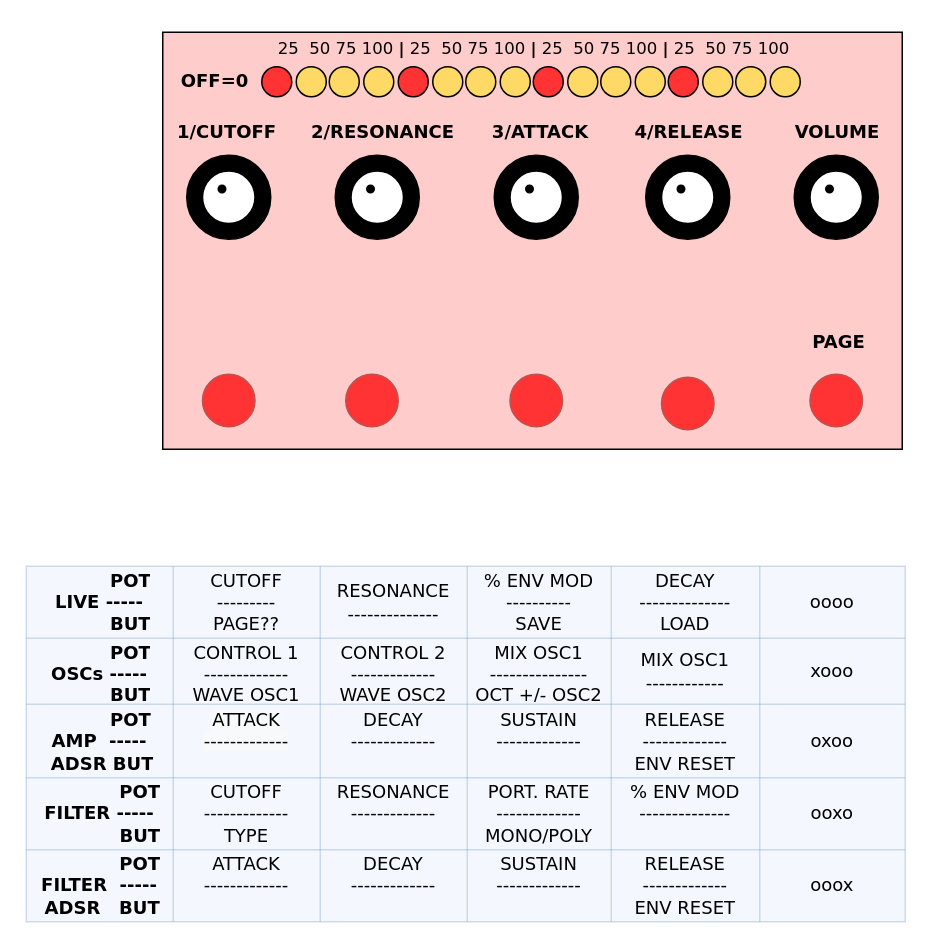
sinantie/dyosynth keeps this draw.io diagram as schematics/Untitled Diagram.drawio. Above is the earlier version. Source tidied: cells renumbered, new cells numbered last; positions are measured from the earlier drawing's top-left corner, leaving out a move shared by most shapes. Both pictures are drawn from the tidied source at 150%, with x=0, y=0 at pixel (26, 26).
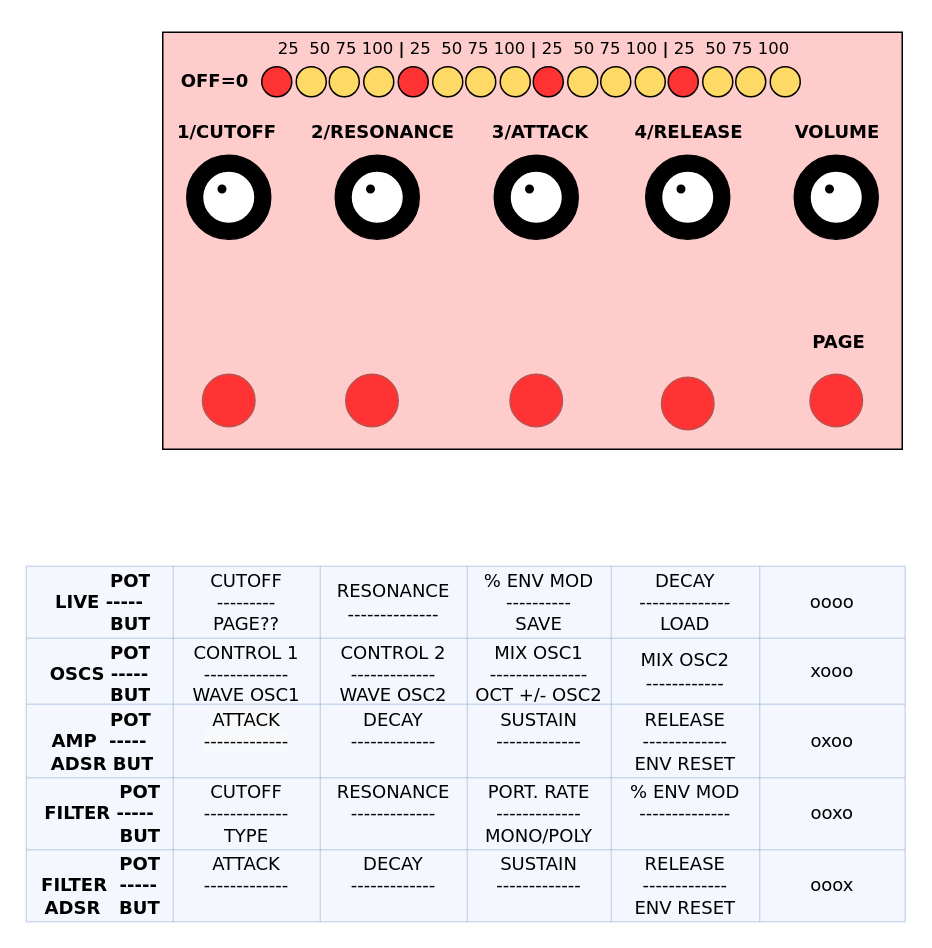
After the change.

Unchanged cells that the change refers to:
```xml
<mxCell id="58" style="shape=partialRectangle;html=1;whiteSpace=wrap;fillColor=none;top=0;left=0;bottom=0;right=0;fontFamily=Verdana;opacity=30;" parent="50" vertex="1">
  <mxGeometry y="48" width="586" height="44" as="geometry" />
</mxCell>
```

Diff of the diagram source:
```diff
@@
-    <mxCell id="59" value="&lt;b&gt;&amp;nbsp; &amp;nbsp; &amp;nbsp; &amp;nbsp; &amp;nbsp; POT&lt;br&gt;OSCs -----&lt;br&gt;&amp;nbsp; &amp;nbsp; &amp;nbsp; &amp;nbsp; &amp;nbsp; BUT&lt;br&gt;&lt;/b&gt;" style="shape=partialRectangle;html=1;whiteSpace=wrap;fillColor=none;top=0;left=0;bottom=0;right=0;overflow=hidden;fontFamily=Verdana;opacity=30;" parent="58" vertex="1">
+    <mxCell id="59" value="&lt;b&gt;&amp;nbsp; &amp;nbsp; &amp;nbsp; &amp;nbsp; &amp;nbsp; POT&lt;br&gt;OSCS -----&lt;br&gt;&amp;nbsp; &amp;nbsp; &amp;nbsp; &amp;nbsp; &amp;nbsp; BUT&lt;br&gt;&lt;/b&gt;" style="shape=partialRectangle;html=1;whiteSpace=wrap;fillColor=none;top=0;left=0;bottom=0;right=0;overflow=hidden;fontFamily=Verdana;opacity=30;" parent="58" vertex="1">
       <mxGeometry width="98" height="44" as="geometry" />
     </mxCell>
@@
-    <mxCell id="63" value="MIX OSC1&lt;br&gt;------------&lt;br&gt;" style="shape=partialRectangle;html=1;whiteSpace=wrap;fillColor=none;top=0;left=0;bottom=0;right=0;overflow=hidden;fontFamily=Verdana;opacity=30;" parent="58" vertex="1">
+    <mxCell id="63" value="MIX OSC2&lt;br&gt;------------" style="shape=partialRectangle;html=1;whiteSpace=wrap;fillColor=none;top=0;left=0;bottom=0;right=0;overflow=hidden;fontFamily=Verdana;opacity=30;" parent="58" vertex="1">
       <mxGeometry x="390" width="99" height="44" as="geometry" />
     </mxCell>
```
